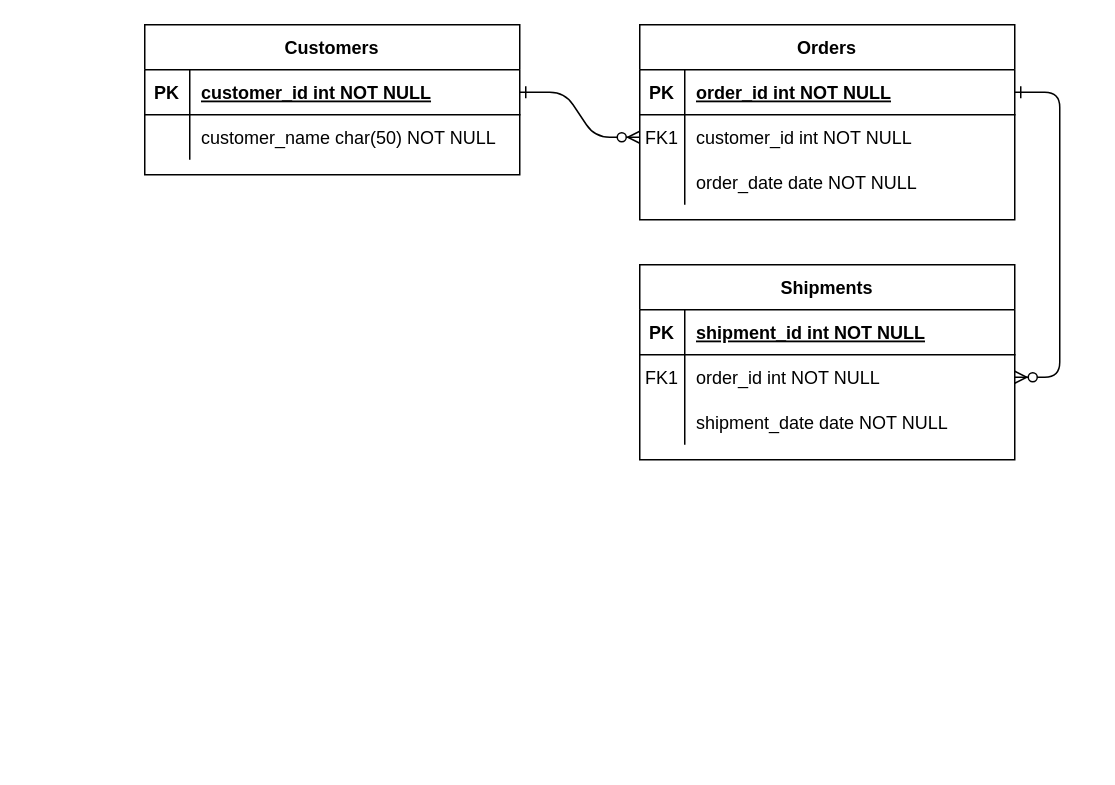
Above: document/제목 없는 다이어그램.drawio in rimgosu/ProjectStudy (draw.io), before the change. Source tidied: cells renumbered, new cells numbered last; positions are measured from the earlier drawing's top-left corner, leaving out a move shared by most shapes. Both pictures are drawn from the tidied source at 150%, with x=0, y=0 at pixel (144, 24).
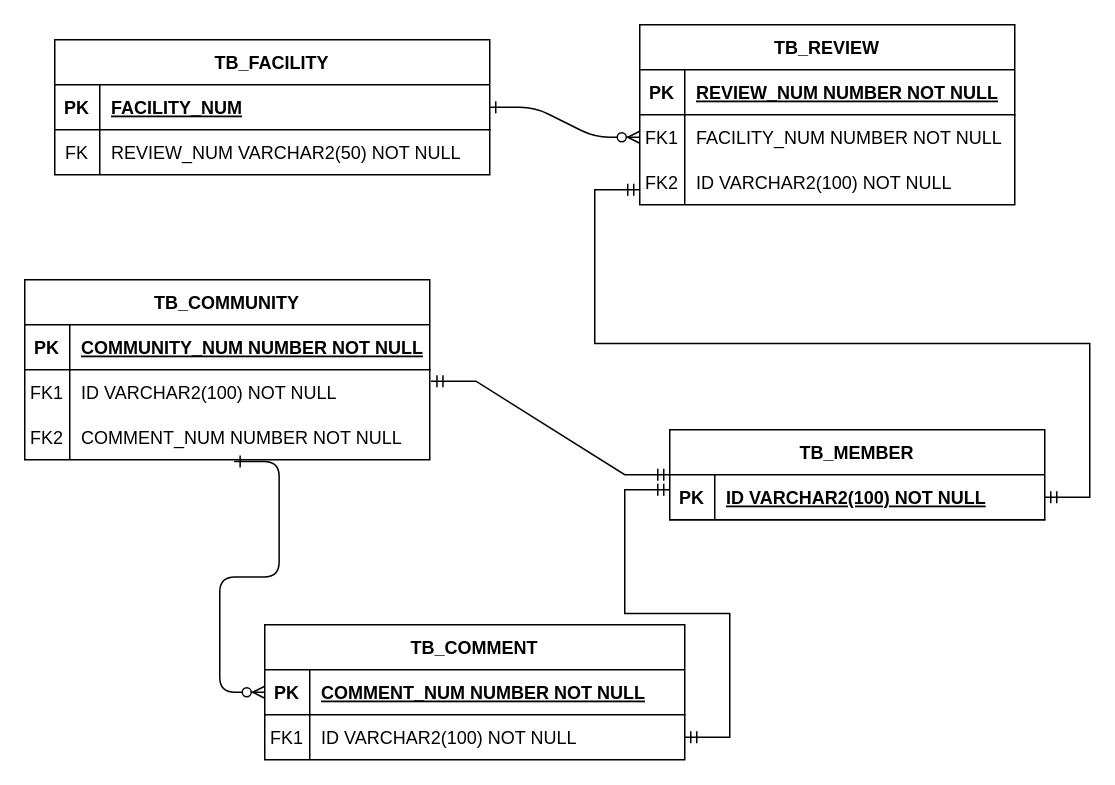
The same page after the edit.

Commit message:
제목 없는 다이어그램.drawio 업데이트

The change refers to these unchanged cells:
```xml
<mxCell id="5" style="shape=partialRectangle;fillColor=none;points=[[0,0.5],[1,0.5]];portConstraint=eastwest;top=0;left=0;right=0;bottom=1;" parent="4" vertex="1">
  <mxGeometry y="30" width="250" height="30" as="geometry" />
</mxCell>
<mxCell id="8" style="shape=partialRectangle;fillColor=none;points=[[0,0.5],[1,0.5]];portConstraint=eastwest;top=0;left=0;right=0;bottom=0;" parent="4" vertex="1">
  <mxGeometry y="60" width="250" height="30" as="geometry" />
</mxCell>
<mxCell id="11" style="shape=partialRectangle;fillColor=none;top=0;left=0;right=0;bottom=0;" parent="4" vertex="1">
  <mxGeometry y="90" width="250" height="30" as="geometry" />
</mxCell>
<mxCell id="15" style="shape=partialRectangle;fillColor=none;points=[[0,0.5],[1,0.5]];portConstraint=eastwest;top=0;left=0;right=0;bottom=1;" parent="14" vertex="1">
  <mxGeometry y="30" width="250" height="30" as="geometry" />
</mxCell>
```

Diff of the diagram source:
```diff
@@
-    <mxCell id="3" style="edgeStyle=entityRelationEdgeStyle;endArrow=ERzeroToMany;startArrow=ERone;endFill=1;startFill=0;" parent="1" edge="1" source="5" target="18">
-      <mxGeometry relative="1" as="geometry" />
-    </mxCell>
-    <mxCell id="4" value="Orders" style="shape=table;startSize=30;childLayout=tableLayout;rowLines=0;fontStyle=1;align=center;" parent="1" vertex="1">
-      <mxGeometry x="330" width="250" height="130" as="geometry" />
+    <mxCell id="4" value="TB_REVIEW" style="shape=table;startSize=30;childLayout=tableLayout;rowLines=0;fontStyle=1;align=center;" parent="1" vertex="1">
+      <mxGeometry x="330" width="250" height="120" as="geometry" />
     </mxCell>
@@
-    <mxCell id="7" value="order_id int NOT NULL " style="shape=partialRectangle;overflow=hidden;fillColor=none;top=0;left=0;bottom=0;right=0;align=left;spacingLeft=6;fontStyle=5;" parent="5" vertex="1">
+    <mxCell id="7" value="REVIEW_NUM NUMBER NOT NULL " style="shape=partialRectangle;overflow=hidden;fillColor=none;top=0;left=0;bottom=0;right=0;align=left;spacingLeft=6;fontStyle=5;" parent="5" vertex="1">
       <mxGeometry x="30" width="220" height="30" as="geometry" />
     </mxCell>
@@
-    <mxCell id="10" value="customer_id int NOT NULL" style="shape=partialRectangle;overflow=hidden;fillColor=none;top=0;left=0;bottom=0;right=0;align=left;spacingLeft=6;" parent="8" vertex="1">
+    <mxCell id="10" value="FACILITY_NUM NUMBER NOT NULL" style="shape=partialRectangle;overflow=hidden;fillColor=none;top=0;left=0;bottom=0;right=0;align=left;spacingLeft=6;" parent="8" vertex="1">
       <mxGeometry x="30" width="220" height="30" as="geometry" />
     </mxCell>
@@
-    <mxCell id="12" style="shape=partialRectangle;overflow=hidden;fillColor=none;top=0;left=0;bottom=0;right=0;" parent="11" vertex="1">
+    <mxCell id="12" value="FK2" style="shape=partialRectangle;overflow=hidden;fillColor=none;top=0;left=0;bottom=0;right=0;" parent="11" vertex="1">
       <mxGeometry width="30" height="30" as="geometry" />
     </mxCell>
-    <mxCell id="13" value="order_date date NOT NULL" style="shape=partialRectangle;overflow=hidden;fillColor=none;top=0;left=0;bottom=0;right=0;align=left;spacingLeft=6;" parent="11" vertex="1">
+    <mxCell id="13" value="ID VARCHAR2(100) NOT NULL" style="shape=partialRectangle;overflow=hidden;fillColor=none;top=0;left=0;bottom=0;right=0;align=left;spacingLeft=6;" parent="11" vertex="1">
       <mxGeometry x="30" width="220" height="30" as="geometry" />
     </mxCell>
-    <mxCell id="14" value="Shipments" style="shape=table;startSize=30;childLayout=tableLayout;rowLines=0;fontStyle=1;align=center;" parent="1" vertex="1">
-      <mxGeometry x="330" y="160" width="250" height="130" as="geometry" />
+    <mxCell id="14" value="TB_MEMBER" style="shape=table;startSize=30;childLayout=tableLayout;rowLines=0;fontStyle=1;align=center;" parent="1" vertex="1">
+      <mxGeometry x="350" y="270" width="250" height="60" as="geometry" />
     </mxCell>
@@
-    <mxCell id="17" value="shipment_id int NOT NULL " style="shape=partialRectangle;overflow=hidden;fillColor=none;top=0;left=0;bottom=0;right=0;align=left;spacingLeft=6;fontStyle=5;" parent="15" vertex="1">
+    <mxCell id="17" value="ID VARCHAR2(100) NOT NULL " style="shape=partialRectangle;overflow=hidden;fillColor=none;top=0;left=0;bottom=0;right=0;align=left;spacingLeft=6;fontStyle=5;" parent="15" vertex="1">
       <mxGeometry x="30" width="220" height="30" as="geometry" />
     </mxCell>
-    <mxCell id="18" style="shape=partialRectangle;fillColor=none;points=[[0,0.5],[1,0.5]];portConstraint=eastwest;top=0;left=0;right=0;bottom=0;" parent="14" vertex="1">
-      <mxGeometry y="60" width="250" height="30" as="geometry" />
-    </mxCell>
-    <mxCell id="19" value="FK1" style="shape=partialRectangle;overflow=hidden;fillColor=none;top=0;left=0;bottom=0;right=0;" parent="18" vertex="1">
-      <mxGeometry width="30" height="30" as="geometry" />
-    </mxCell>
-    <mxCell id="20" value="order_id int NOT NULL" style="shape=partialRectangle;overflow=hidden;fillColor=none;top=0;left=0;bottom=0;right=0;align=left;spacingLeft=6;" parent="18" vertex="1">
-      <mxGeometry x="30" width="220" height="30" as="geometry" />
-    </mxCell>
-    <mxCell id="21" style="shape=partialRectangle;fillColor=none;top=0;left=0;right=0;bottom=0;" parent="14" vertex="1">
-      <mxGeometry y="90" width="250" height="30" as="geometry" />
-    </mxCell>
-    <mxCell id="22" style="shape=partialRectangle;overflow=hidden;fillColor=none;top=0;left=0;bottom=0;right=0;" parent="21" vertex="1">
-      <mxGeometry width="30" height="30" as="geometry" />
-    </mxCell>
-    <mxCell id="23" value="shipment_date date NOT NULL" style="shape=partialRectangle;overflow=hidden;fillColor=none;top=0;left=0;bottom=0;right=0;align=left;spacingLeft=6;" parent="21" vertex="1">
-      <mxGeometry x="30" width="220" height="30" as="geometry" />
-    </mxCell>
-    <mxCell id="24" value="Customers" style="shape=table;startSize=30;childLayout=tableLayout;rowLines=0;fontStyle=1;align=center;" parent="1" vertex="1">
-      <mxGeometry width="250" height="100" as="geometry" />
+    <mxCell id="24" value="TB_FACILITY" style="shape=table;startSize=30;childLayout=tableLayout;rowLines=0;fontStyle=1;align=center;" parent="1" vertex="1">
+      <mxGeometry x="-60" y="10" width="290" height="90" as="geometry" />
     </mxCell>
     <mxCell id="25" style="shape=partialRectangle;fillColor=none;points=[[0,0.5],[1,0.5]];portConstraint=eastwest;top=0;left=0;right=0;bottom=1;" parent="24" vertex="1">
-      <mxGeometry y="30" width="250" height="30" as="geometry" />
+      <mxGeometry y="30" width="290" height="30" as="geometry" />
     </mxCell>
@@
-    <mxCell id="27" value="customer_id int NOT NULL " style="shape=partialRectangle;overflow=hidden;fillColor=none;top=0;left=0;bottom=0;right=0;align=left;spacingLeft=6;fontStyle=5;" parent="25" vertex="1">
-      <mxGeometry x="30" width="220" height="30" as="geometry" />
+    <mxCell id="27" value="FACILITY_NUM" style="shape=partialRectangle;overflow=hidden;fillColor=none;top=0;left=0;bottom=0;right=0;align=left;spacingLeft=6;fontStyle=5;" parent="25" vertex="1">
+      <mxGeometry x="30" width="260" height="30" as="geometry" />
     </mxCell>
     <mxCell id="28" style="shape=partialRectangle;fillColor=none;top=0;left=0;right=0;bottom=0;" parent="24" vertex="1">
-      <mxGeometry y="60" width="250" height="30" as="geometry" />
+      <mxGeometry y="60" width="290" height="30" as="geometry" />
     </mxCell>
-    <mxCell id="29" style="shape=partialRectangle;overflow=hidden;fillColor=none;top=0;left=0;bottom=0;right=0;" parent="28" vertex="1">
+    <mxCell id="29" value="FK" style="shape=partialRectangle;overflow=hidden;fillColor=none;top=0;left=0;bottom=0;right=0;" parent="28" vertex="1">
       <mxGeometry width="30" height="30" as="geometry" />
     </mxCell>
-    <mxCell id="30" value="customer_name char(50) NOT NULL" style="shape=partialRectangle;overflow=hidden;fillColor=none;top=0;left=0;bottom=0;right=0;align=left;spacingLeft=6;" parent="28" vertex="1">
-      <mxGeometry x="30" width="220" height="30" as="geometry" />
+    <mxCell id="30" value="REVIEW_NUM VARCHAR2(50) NOT NULL" style="shape=partialRectangle;overflow=hidden;fillColor=none;top=0;left=0;bottom=0;right=0;align=left;spacingLeft=6;" parent="28" vertex="1">
+      <mxGeometry x="30" width="260" height="30" as="geometry" />
     </mxCell>
+    <mxCell id="31" value="TB_COMMUNITY" style="shape=table;startSize=30;childLayout=tableLayout;rowLines=0;fontStyle=1;align=center;" parent="1" vertex="1">
+      <mxGeometry x="-80" y="170" width="270" height="120" as="geometry" />
+    </mxCell>
+    <mxCell id="32" style="shape=partialRectangle;fillColor=none;top=0;left=0;right=0;bottom=1;" parent="31" vertex="1">
+      <mxGeometry y="30" width="270" height="30" as="geometry" />
+    </mxCell>
+    <mxCell id="33" value="PK" style="shape=partialRectangle;overflow=hidden;fillColor=none;top=0;left=0;bottom=0;right=0;fontStyle=1;" parent="32" vertex="1">
+      <mxGeometry width="30" height="30" as="geometry" />
+    </mxCell>
+    <mxCell id="34" value="COMMUNITY_NUM NUMBER NOT NULL" style="shape=partialRectangle;overflow=hidden;fillColor=none;top=0;left=0;bottom=0;right=0;align=left;spacingLeft=6;fontStyle=5;" parent="32" vertex="1">
+      <mxGeometry x="30" width="240" height="30" as="geometry" />
+    </mxCell>
+    <mxCell id="35" style="shape=partialRectangle;fillColor=none;points=[[0,0.5],[1,0.5]];portConstraint=eastwest;top=0;left=0;right=0;bottom=0;" parent="31" vertex="1">
+      <mxGeometry y="60" width="270" height="30" as="geometry" />
+    </mxCell>
+    <mxCell id="36" value="FK1" style="shape=partialRectangle;overflow=hidden;fillColor=none;top=0;left=0;bottom=0;right=0;" parent="35" vertex="1">
+      <mxGeometry width="30" height="30" as="geometry" />
+    </mxCell>
+    <mxCell id="37" value="ID VARCHAR2(100) NOT NULL" style="shape=partialRectangle;overflow=hidden;fillColor=none;top=0;left=0;bottom=0;right=0;align=left;spacingLeft=6;" parent="35" vertex="1">
+      <mxGeometry x="30" width="240" height="30" as="geometry" />
+    </mxCell>
+    <mxCell id="38" style="shape=partialRectangle;fillColor=none;points=[[0,0.5],[1,0.5]];portConstraint=eastwest;top=0;left=0;right=0;bottom=0;" parent="31" vertex="1">
+      <mxGeometry y="90" width="270" height="30" as="geometry" />
+    </mxCell>
+    <mxCell id="39" value="FK2" style="shape=partialRectangle;overflow=hidden;fillColor=none;top=0;left=0;bottom=0;right=0;" parent="38" vertex="1">
+      <mxGeometry width="30" height="30" as="geometry" />
+    </mxCell>
+    <mxCell id="40" value="COMMENT_NUM NUMBER NOT NULL" style="shape=partialRectangle;overflow=hidden;fillColor=none;top=0;left=0;bottom=0;right=0;align=left;spacingLeft=6;" parent="38" vertex="1">
+      <mxGeometry x="30" width="240" height="30" as="geometry" />
+    </mxCell>
+    <mxCell id="41" value="TB_COMMENT" style="shape=table;startSize=30;childLayout=tableLayout;rowLines=0;fontStyle=1;align=center;" parent="1" vertex="1">
+      <mxGeometry x="80" y="400" width="280" height="90" as="geometry" />
+    </mxCell>
+    <mxCell id="42" style="shape=partialRectangle;fillColor=none;points=[[0,0.5],[1,0.5]];portConstraint=eastwest;top=0;left=0;right=0;bottom=1;" parent="41" vertex="1">
+      <mxGeometry y="30" width="280" height="30" as="geometry" />
+    </mxCell>
+    <mxCell id="43" value="PK" style="shape=partialRectangle;overflow=hidden;fillColor=none;top=0;left=0;bottom=0;right=0;fontStyle=1;" parent="42" vertex="1">
+      <mxGeometry width="30" height="30" as="geometry" />
+    </mxCell>
+    <mxCell id="44" value="COMMENT_NUM NUMBER NOT NULL" style="shape=partialRectangle;overflow=hidden;fillColor=none;top=0;left=0;bottom=0;right=0;align=left;spacingLeft=6;fontStyle=5;" parent="42" vertex="1">
+      <mxGeometry x="30" width="250" height="30" as="geometry" />
+    </mxCell>
+    <mxCell id="45" style="shape=partialRectangle;fillColor=none;points=[[0,0.5],[1,0.5]];portConstraint=eastwest;top=0;left=0;right=0;bottom=0;" parent="41" vertex="1">
+      <mxGeometry y="60" width="280" height="30" as="geometry" />
+    </mxCell>
+    <mxCell id="46" value="FK1" style="shape=partialRectangle;overflow=hidden;fillColor=none;top=0;left=0;bottom=0;right=0;" parent="45" vertex="1">
+      <mxGeometry width="30" height="30" as="geometry" />
+    </mxCell>
+    <mxCell id="47" value="ID VARCHAR2(100) NOT NULL" style="shape=partialRectangle;overflow=hidden;fillColor=none;top=0;left=0;bottom=0;right=0;align=left;spacingLeft=6;" parent="45" vertex="1">
+      <mxGeometry x="30" width="250" height="30" as="geometry" />
+    </mxCell>
+    <mxCell id="48" style="edgeStyle=entityRelationEdgeStyle;fontSize=12;html=1;endArrow=ERmandOne;startArrow=ERmandOne;rounded=0;exitX=1;exitY=0.5;exitDx=0;exitDy=0;" parent="1" edge="1" source="15">
+      <mxGeometry relative="1" as="geometry">
+        <mxPoint x="330" y="110" as="targetPoint" />
+        <Array as="points">
+          <mxPoint x="220" y="20" />
+        </Array>
+      </mxGeometry>
+    </mxCell>
+    <mxCell id="49" style="edgeStyle=entityRelationEdgeStyle;fontSize=12;html=1;endArrow=ERmandOne;startArrow=ERmandOne;rounded=0;exitX=1;exitY=0.5;exitDx=0;exitDy=0;" parent="1" edge="1" source="45">
+      <mxGeometry relative="1" as="geometry">
+        <mxPoint x="350" y="310" as="targetPoint" />
+        <Array as="points">
+          <mxPoint x="240" y="220" />
+        </Array>
+      </mxGeometry>
+    </mxCell>
+    <mxCell id="50" style="edgeStyle=entityRelationEdgeStyle;endArrow=ERzeroToMany;startArrow=ERone;endFill=1;startFill=0;entryX=0;entryY=0.5;entryDx=0;entryDy=0;exitX=0.517;exitY=1.04;exitDx=0;exitDy=0;exitPerimeter=0;" parent="1" edge="1" source="38" target="42">
+      <mxGeometry relative="1" as="geometry" />
+    </mxCell>
+    <mxCell id="51" style="edgeStyle=entityRelationEdgeStyle;fontSize=12;html=1;endArrow=ERmandOne;startArrow=ERmandOne;rounded=0;entryX=1.003;entryY=0.253;entryDx=0;entryDy=0;entryPerimeter=0;" parent="1" edge="1" source="14" target="35">
+      <mxGeometry relative="1" as="geometry">
+        <Array as="points">
+          <mxPoint x="80" y="150" />
+        </Array>
+      </mxGeometry>
+    </mxCell>
```
